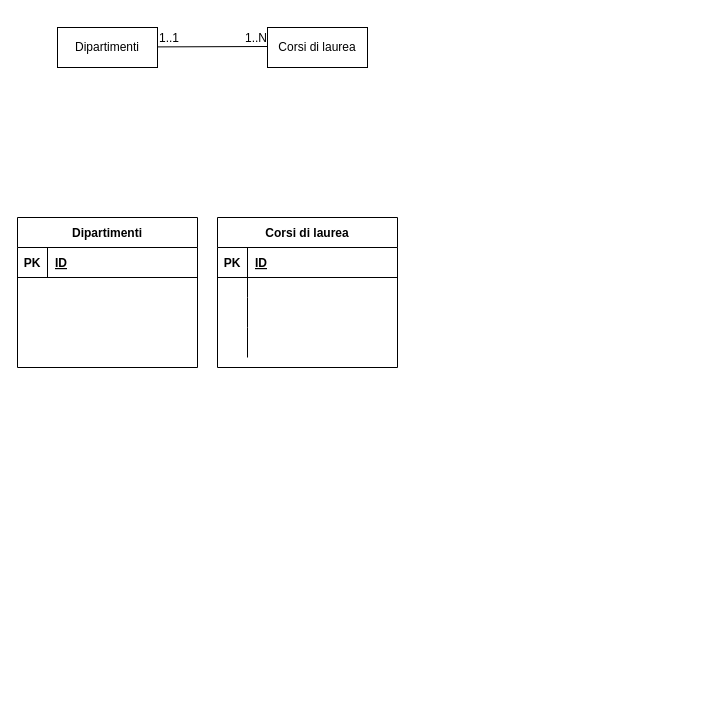
Before: Untitled Diagram.drawio in ChristopherZito/db-university, a draw.io diagram. Source tidied: cells renumbered, new cells numbered last; positions are measured from the earlier drawing's top-left corner, leaving out a move shared by most shapes. Both pictures are drawn from the tidied source at 100%, with x=0, y=0 at pixel (17, 27).
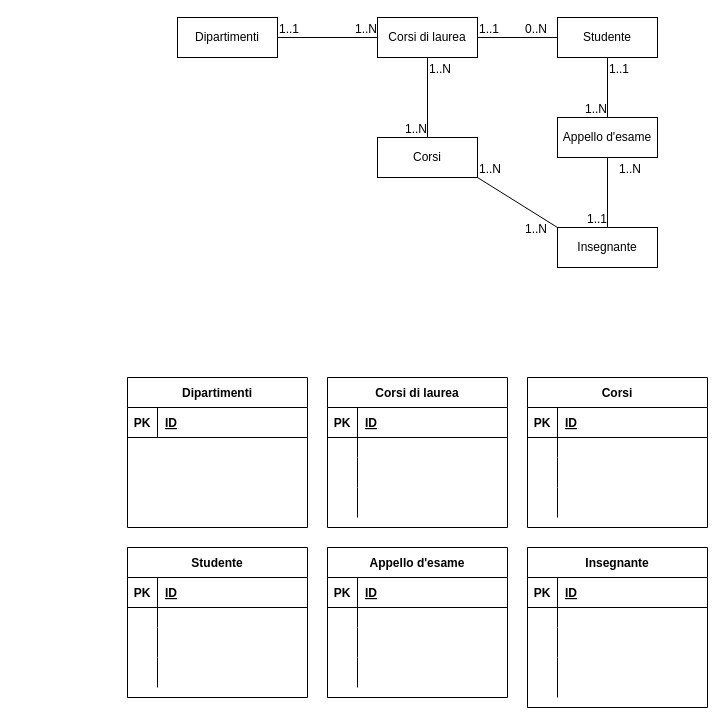
After the change.

Change to the diagram source:
```diff
@@
     <mxCell id="2" value="Dipartimenti" style="whiteSpace=wrap;html=1;align=center;" parent="1" vertex="1">
-      <mxGeometry x="40" width="100" height="40" as="geometry" />
+      <mxGeometry x="160" y="-10" width="100" height="40" as="geometry" />
     </mxCell>
     <mxCell id="3" value="Dipartimenti" style="shape=table;startSize=30;childLayout=tableLayout;rowLines=0;fontStyle=1;align=center;" parent="1" vertex="1">
-      <mxGeometry y="190" width="180" height="150" as="geometry" />
+      <mxGeometry x="110" y="350" width="180" height="150" as="geometry" />
     </mxCell>
@@
     <mxCell id="7" value="Corsi di laurea" style="whiteSpace=wrap;html=1;align=center;" parent="1" vertex="1">
-      <mxGeometry x="250" width="100" height="40" as="geometry" />
+      <mxGeometry x="360" y="-10" width="100" height="40" as="geometry" />
     </mxCell>
     <mxCell id="8" value="Corsi di laurea" style="shape=table;startSize=30;childLayout=tableLayout;rowLines=0;fontStyle=1;align=center;" parent="1" vertex="1">
-      <mxGeometry x="200" y="190" width="180" height="150" as="geometry" />
+      <mxGeometry x="310" y="350" width="180" height="150" as="geometry" />
     </mxCell>
@@
-    <mxCell id="21" style="endArrow=none;html=1;rounded=0;" parent="1" edge="1">
-      <mxGeometry relative="1" as="geometry">
-        <mxPoint x="140" y="19.4" as="sourcePoint" />
-        <mxPoint x="250" y="19" as="targetPoint" />
-      </mxGeometry>
+    <mxCell id="21" style="endArrow=none;html=1;rounded=0;exitX=1;exitY=0.5;exitDx=0;exitDy=0;entryX=0;entryY=0.5;entryDx=0;entryDy=0;" parent="1" edge="1" source="2" target="7">
+      <mxGeometry relative="1" as="geometry" />
     </mxCell>
@@
+    <mxCell id="24" value="Corsi" style="whiteSpace=wrap;html=1;align=center;" parent="1" vertex="1">
+      <mxGeometry x="360" y="110" width="100" height="40" as="geometry" />
+    </mxCell>
+    <mxCell id="25" style="endArrow=none;html=1;rounded=0;exitX=0.5;exitY=1;exitDx=0;exitDy=0;entryX=0.5;entryY=0;entryDx=0;entryDy=0;" parent="1" edge="1" source="7" target="24">
+      <mxGeometry relative="1" as="geometry" />
+    </mxCell>
+    <mxCell id="26" value="1..N" style="html=1;align=left;verticalAlign=bottom;" parent="25" vertex="1">
+      <mxGeometry x="-1" relative="1" as="geometry">
+        <mxPoint y="20" as="offset" />
+      </mxGeometry>
+    </mxCell>
+    <mxCell id="27" value="1..N" style="html=1;align=right;verticalAlign=bottom;" parent="25" vertex="1">
+      <mxGeometry x="1" relative="1" as="geometry" />
+    </mxCell>
+    <mxCell id="28" value="Insegnante" style="whiteSpace=wrap;html=1;align=center;" parent="1" vertex="1">
+      <mxGeometry x="540" y="200" width="100" height="40" as="geometry" />
+    </mxCell>
+    <mxCell id="29" style="endArrow=none;html=1;rounded=0;exitX=1;exitY=1;exitDx=0;exitDy=0;entryX=0;entryY=0;entryDx=0;entryDy=0;" parent="1" edge="1" source="24" target="28">
+      <mxGeometry relative="1" as="geometry" />
+    </mxCell>
+    <mxCell id="30" value="1..N" style="html=1;align=left;verticalAlign=bottom;" parent="29" vertex="1">
+      <mxGeometry x="-1" relative="1" as="geometry" />
+    </mxCell>
+    <mxCell id="31" value="1..N" style="html=1;align=right;verticalAlign=bottom;" parent="29" vertex="1">
+      <mxGeometry x="1" relative="1" as="geometry">
+        <mxPoint x="-10" y="10" as="offset" />
+      </mxGeometry>
+    </mxCell>
+    <mxCell id="32" value="Studente" style="whiteSpace=wrap;html=1;align=center;" parent="1" vertex="1">
+      <mxGeometry x="540" y="-10" width="100" height="40" as="geometry" />
+    </mxCell>
+    <mxCell id="33" style="endArrow=none;html=1;rounded=0;exitX=1;exitY=0.5;exitDx=0;exitDy=0;entryX=0;entryY=0.5;entryDx=0;entryDy=0;" parent="1" edge="1" source="7" target="32">
+      <mxGeometry relative="1" as="geometry" />
+    </mxCell>
+    <mxCell id="34" value="1..1" style="html=1;align=left;verticalAlign=bottom;" parent="33" vertex="1">
+      <mxGeometry x="-1" relative="1" as="geometry" />
+    </mxCell>
+    <mxCell id="35" value="0..N" style="html=1;align=right;verticalAlign=bottom;" parent="33" vertex="1">
+      <mxGeometry x="1" relative="1" as="geometry">
+        <mxPoint x="-10" as="offset" />
+      </mxGeometry>
+    </mxCell>
+    <mxCell id="36" value="Appello d'esame" style="whiteSpace=wrap;html=1;align=center;" parent="1" vertex="1">
+      <mxGeometry x="540" y="90" width="100" height="40" as="geometry" />
+    </mxCell>
+    <mxCell id="37" style="endArrow=none;html=1;rounded=0;exitX=0.5;exitY=1;exitDx=0;exitDy=0;entryX=0.5;entryY=0;entryDx=0;entryDy=0;" parent="1" edge="1" source="36" target="28">
+      <mxGeometry relative="1" as="geometry" />
+    </mxCell>
+    <mxCell id="38" value="1..N" style="html=1;align=left;verticalAlign=bottom;" parent="37" vertex="1">
+      <mxGeometry x="-1" relative="1" as="geometry">
+        <mxPoint x="10" y="20" as="offset" />
+      </mxGeometry>
+    </mxCell>
+    <mxCell id="39" value="1..1" style="html=1;align=right;verticalAlign=bottom;" parent="37" vertex="1">
+      <mxGeometry x="1" relative="1" as="geometry" />
+    </mxCell>
+    <mxCell id="40" style="endArrow=none;html=1;rounded=0;exitX=0.5;exitY=1;exitDx=0;exitDy=0;entryX=0.5;entryY=0;entryDx=0;entryDy=0;" parent="1" edge="1" source="32" target="36">
+      <mxGeometry relative="1" as="geometry" />
+    </mxCell>
+    <mxCell id="41" value="1..1" style="html=1;align=left;verticalAlign=bottom;" parent="40" vertex="1">
+      <mxGeometry x="-1" relative="1" as="geometry">
+        <mxPoint y="20" as="offset" />
+      </mxGeometry>
+    </mxCell>
+    <mxCell id="42" value="1..N" style="html=1;align=right;verticalAlign=bottom;" parent="40" vertex="1">
+      <mxGeometry x="1" relative="1" as="geometry" />
+    </mxCell>
+    <mxCell id="43" value="Insegnante" style="shape=table;startSize=30;childLayout=tableLayout;rowLines=0;fontStyle=1;align=center;" parent="1" vertex="1">
+      <mxGeometry x="510" y="520" width="180" height="160" as="geometry" />
+    </mxCell>
+    <mxCell id="44" style="shape=tableRow;horizontal=0;startSize=0;swimlaneHead=0;swimlaneBody=0;fillColor=none;top=0;left=0;right=0;bottom=1;" parent="43" vertex="1">
+      <mxGeometry y="30" width="180" height="30" as="geometry" />
+    </mxCell>
+    <mxCell id="45" value="PK" style="shape=partialRectangle;fillColor=none;top=0;left=0;bottom=0;right=0;fontStyle=1;overflow=hidden;" parent="44" vertex="1">
+      <mxGeometry width="30" height="30" as="geometry" />
+    </mxCell>
+    <mxCell id="46" value="ID" style="shape=partialRectangle;fillColor=none;top=0;left=0;bottom=0;right=0;align=left;spacingLeft=6;fontStyle=5;overflow=hidden;" parent="44" vertex="1">
+      <mxGeometry x="30" width="150" height="30" as="geometry" />
+    </mxCell>
+    <mxCell id="47" style="shape=tableRow;horizontal=0;startSize=0;swimlaneHead=0;swimlaneBody=0;fillColor=none;top=0;left=0;right=0;bottom=0;" parent="43" vertex="1">
+      <mxGeometry y="60" width="180" height="20" as="geometry" />
+    </mxCell>
+    <mxCell id="48" style="shape=partialRectangle;fillColor=none;top=0;left=0;bottom=0;right=0;overflow=hidden;" parent="47" vertex="1">
+      <mxGeometry width="30" height="20" as="geometry" />
+    </mxCell>
+    <mxCell id="49" style="shape=partialRectangle;fillColor=none;top=0;left=0;bottom=0;right=0;align=left;spacingLeft=6;overflow=hidden;" parent="47" vertex="1">
+      <mxGeometry x="30" width="150" height="20" as="geometry" />
+    </mxCell>
+    <mxCell id="50" style="shape=tableRow;horizontal=0;startSize=0;swimlaneHead=0;swimlaneBody=0;fillColor=none;top=0;left=0;right=0;bottom=0;" parent="43" vertex="1">
+      <mxGeometry y="80" width="180" height="30" as="geometry" />
+    </mxCell>
+    <mxCell id="51" style="shape=partialRectangle;fillColor=none;top=0;left=0;bottom=0;right=0;overflow=hidden;" parent="50" vertex="1">
+      <mxGeometry width="30" height="30" as="geometry" />
+    </mxCell>
+    <mxCell id="52" style="shape=partialRectangle;fillColor=none;top=0;left=0;bottom=0;right=0;align=left;spacingLeft=6;overflow=hidden;" parent="50" vertex="1">
+      <mxGeometry x="30" width="150" height="30" as="geometry" />
+    </mxCell>
+    <mxCell id="53" style="shape=tableRow;horizontal=0;startSize=0;swimlaneHead=0;swimlaneBody=0;fillColor=none;top=0;left=0;right=0;bottom=0;" parent="43" vertex="1">
+      <mxGeometry y="110" width="180" height="40" as="geometry" />
+    </mxCell>
+    <mxCell id="54" style="shape=partialRectangle;fillColor=none;top=0;left=0;bottom=0;right=0;overflow=hidden;" parent="53" vertex="1">
+      <mxGeometry width="30" height="40" as="geometry" />
+    </mxCell>
+    <mxCell id="55" style="shape=partialRectangle;fillColor=none;top=0;left=0;bottom=0;right=0;align=left;spacingLeft=6;overflow=hidden;" parent="53" vertex="1">
+      <mxGeometry x="30" width="150" height="40" as="geometry" />
+    </mxCell>
+    <mxCell id="56" value="Appello d'esame" style="shape=table;startSize=30;childLayout=tableLayout;rowLines=0;fontStyle=1;align=center;" parent="1" vertex="1">
+      <mxGeometry x="310" y="520" width="180" height="150" as="geometry" />
+    </mxCell>
+    <mxCell id="57" style="shape=tableRow;horizontal=0;startSize=0;swimlaneHead=0;swimlaneBody=0;fillColor=none;top=0;left=0;right=0;bottom=1;" parent="56" vertex="1">
+      <mxGeometry y="30" width="180" height="30" as="geometry" />
+    </mxCell>
+    <mxCell id="58" value="PK" style="shape=partialRectangle;fillColor=none;top=0;left=0;bottom=0;right=0;fontStyle=1;overflow=hidden;" parent="57" vertex="1">
+      <mxGeometry width="30" height="30" as="geometry" />
+    </mxCell>
+    <mxCell id="59" value="ID" style="shape=partialRectangle;fillColor=none;top=0;left=0;bottom=0;right=0;align=left;spacingLeft=6;fontStyle=5;overflow=hidden;" parent="57" vertex="1">
+      <mxGeometry x="30" width="150" height="30" as="geometry" />
+    </mxCell>
+    <mxCell id="60" style="shape=tableRow;horizontal=0;startSize=0;swimlaneHead=0;swimlaneBody=0;fillColor=none;top=0;left=0;right=0;bottom=0;" parent="56" vertex="1">
+      <mxGeometry y="60" width="180" height="20" as="geometry" />
+    </mxCell>
+    <mxCell id="61" style="shape=partialRectangle;fillColor=none;top=0;left=0;bottom=0;right=0;overflow=hidden;" parent="60" vertex="1">
+      <mxGeometry width="30" height="20" as="geometry" />
+    </mxCell>
+    <mxCell id="62" style="shape=partialRectangle;fillColor=none;top=0;left=0;bottom=0;right=0;align=left;spacingLeft=6;overflow=hidden;" parent="60" vertex="1">
+      <mxGeometry x="30" width="150" height="20" as="geometry" />
+    </mxCell>
+    <mxCell id="63" style="shape=tableRow;horizontal=0;startSize=0;swimlaneHead=0;swimlaneBody=0;fillColor=none;top=0;left=0;right=0;bottom=0;" parent="56" vertex="1">
+      <mxGeometry y="80" width="180" height="30" as="geometry" />
+    </mxCell>
+    <mxCell id="64" style="shape=partialRectangle;fillColor=none;top=0;left=0;bottom=0;right=0;overflow=hidden;" parent="63" vertex="1">
+      <mxGeometry width="30" height="30" as="geometry" />
+    </mxCell>
+    <mxCell id="65" style="shape=partialRectangle;fillColor=none;top=0;left=0;bottom=0;right=0;align=left;spacingLeft=6;overflow=hidden;" parent="63" vertex="1">
+      <mxGeometry x="30" width="150" height="30" as="geometry" />
+    </mxCell>
+    <mxCell id="66" style="shape=tableRow;horizontal=0;startSize=0;swimlaneHead=0;swimlaneBody=0;fillColor=none;top=0;left=0;right=0;bottom=0;" parent="56" vertex="1">
+      <mxGeometry y="110" width="180" height="30" as="geometry" />
+    </mxCell>
+    <mxCell id="67" style="shape=partialRectangle;fillColor=none;top=0;left=0;bottom=0;right=0;overflow=hidden;" parent="66" vertex="1">
+      <mxGeometry width="30" height="30" as="geometry" />
+    </mxCell>
+    <mxCell id="68" style="shape=partialRectangle;fillColor=none;top=0;left=0;bottom=0;right=0;align=left;spacingLeft=6;overflow=hidden;" parent="66" vertex="1">
+      <mxGeometry x="30" width="150" height="30" as="geometry" />
+    </mxCell>
+    <mxCell id="69" value="Corsi" style="shape=table;startSize=30;childLayout=tableLayout;rowLines=0;fontStyle=1;align=center;" parent="1" vertex="1">
+      <mxGeometry x="510" y="350" width="180" height="150" as="geometry" />
+    </mxCell>
+    <mxCell id="70" style="shape=tableRow;horizontal=0;startSize=0;swimlaneHead=0;swimlaneBody=0;fillColor=none;top=0;left=0;right=0;bottom=1;" parent="69" vertex="1">
+      <mxGeometry y="30" width="180" height="30" as="geometry" />
+    </mxCell>
+    <mxCell id="71" value="PK" style="shape=partialRectangle;fillColor=none;top=0;left=0;bottom=0;right=0;fontStyle=1;overflow=hidden;" parent="70" vertex="1">
+      <mxGeometry width="30" height="30" as="geometry" />
+    </mxCell>
+    <mxCell id="72" value="ID" style="shape=partialRectangle;fillColor=none;top=0;left=0;bottom=0;right=0;align=left;spacingLeft=6;fontStyle=5;overflow=hidden;" parent="70" vertex="1">
+      <mxGeometry x="30" width="150" height="30" as="geometry" />
+    </mxCell>
+    <mxCell id="73" style="shape=tableRow;horizontal=0;startSize=0;swimlaneHead=0;swimlaneBody=0;fillColor=none;top=0;left=0;right=0;bottom=0;" parent="69" vertex="1">
+      <mxGeometry y="60" width="180" height="20" as="geometry" />
+    </mxCell>
+    <mxCell id="74" style="shape=partialRectangle;fillColor=none;top=0;left=0;bottom=0;right=0;overflow=hidden;" parent="73" vertex="1">
+      <mxGeometry width="30" height="20" as="geometry" />
+    </mxCell>
+    <mxCell id="75" style="shape=partialRectangle;fillColor=none;top=0;left=0;bottom=0;right=0;align=left;spacingLeft=6;overflow=hidden;" parent="73" vertex="1">
+      <mxGeometry x="30" width="150" height="20" as="geometry" />
+    </mxCell>
+    <mxCell id="76" style="shape=tableRow;horizontal=0;startSize=0;swimlaneHead=0;swimlaneBody=0;fillColor=none;top=0;left=0;right=0;bottom=0;" parent="69" vertex="1">
+      <mxGeometry y="80" width="180" height="30" as="geometry" />
+    </mxCell>
+    <mxCell id="77" style="shape=partialRectangle;fillColor=none;top=0;left=0;bottom=0;right=0;overflow=hidden;" parent="76" vertex="1">
+      <mxGeometry width="30" height="30" as="geometry" />
+    </mxCell>
+    <mxCell id="78" style="shape=partialRectangle;fillColor=none;top=0;left=0;bottom=0;right=0;align=left;spacingLeft=6;overflow=hidden;" parent="76" vertex="1">
+      <mxGeometry x="30" width="150" height="30" as="geometry" />
+    </mxCell>
+    <mxCell id="79" style="shape=tableRow;horizontal=0;startSize=0;swimlaneHead=0;swimlaneBody=0;fillColor=none;top=0;left=0;right=0;bottom=0;" parent="69" vertex="1">
+      <mxGeometry y="110" width="180" height="30" as="geometry" />
+    </mxCell>
+    <mxCell id="80" style="shape=partialRectangle;fillColor=none;top=0;left=0;bottom=0;right=0;overflow=hidden;" parent="79" vertex="1">
+      <mxGeometry width="30" height="30" as="geometry" />
+    </mxCell>
+    <mxCell id="81" style="shape=partialRectangle;fillColor=none;top=0;left=0;bottom=0;right=0;align=left;spacingLeft=6;overflow=hidden;" parent="79" vertex="1">
+      <mxGeometry x="30" width="150" height="30" as="geometry" />
+    </mxCell>
+    <mxCell id="82" value="Studente" style="shape=table;startSize=30;childLayout=tableLayout;rowLines=0;fontStyle=1;align=center;" parent="1" vertex="1">
+      <mxGeometry x="110" y="520" width="180" height="150" as="geometry" />
+    </mxCell>
+    <mxCell id="83" style="shape=tableRow;horizontal=0;startSize=0;swimlaneHead=0;swimlaneBody=0;fillColor=none;top=0;left=0;right=0;bottom=1;" parent="82" vertex="1">
+      <mxGeometry y="30" width="180" height="30" as="geometry" />
+    </mxCell>
+    <mxCell id="84" value="PK" style="shape=partialRectangle;fillColor=none;top=0;left=0;bottom=0;right=0;fontStyle=1;overflow=hidden;" parent="83" vertex="1">
+      <mxGeometry width="30" height="30" as="geometry" />
+    </mxCell>
+    <mxCell id="85" value="ID" style="shape=partialRectangle;fillColor=none;top=0;left=0;bottom=0;right=0;align=left;spacingLeft=6;fontStyle=5;overflow=hidden;" parent="83" vertex="1">
+      <mxGeometry x="30" width="150" height="30" as="geometry" />
+    </mxCell>
+    <mxCell id="86" style="shape=tableRow;horizontal=0;startSize=0;swimlaneHead=0;swimlaneBody=0;fillColor=none;top=0;left=0;right=0;bottom=0;" parent="82" vertex="1">
+      <mxGeometry y="60" width="180" height="20" as="geometry" />
+    </mxCell>
+    <mxCell id="87" style="shape=partialRectangle;fillColor=none;top=0;left=0;bottom=0;right=0;overflow=hidden;" parent="86" vertex="1">
+      <mxGeometry width="30" height="20" as="geometry" />
+    </mxCell>
+    <mxCell id="88" style="shape=partialRectangle;fillColor=none;top=0;left=0;bottom=0;right=0;align=left;spacingLeft=6;overflow=hidden;" parent="86" vertex="1">
+      <mxGeometry x="30" width="150" height="20" as="geometry" />
+    </mxCell>
+    <mxCell id="89" style="shape=tableRow;horizontal=0;startSize=0;swimlaneHead=0;swimlaneBody=0;fillColor=none;top=0;left=0;right=0;bottom=0;" parent="82" vertex="1">
+      <mxGeometry y="80" width="180" height="30" as="geometry" />
+    </mxCell>
+    <mxCell id="90" style="shape=partialRectangle;fillColor=none;top=0;left=0;bottom=0;right=0;overflow=hidden;" parent="89" vertex="1">
+      <mxGeometry width="30" height="30" as="geometry" />
+    </mxCell>
+    <mxCell id="91" style="shape=partialRectangle;fillColor=none;top=0;left=0;bottom=0;right=0;align=left;spacingLeft=6;overflow=hidden;" parent="89" vertex="1">
+      <mxGeometry x="30" width="150" height="30" as="geometry" />
+    </mxCell>
+    <mxCell id="92" style="shape=tableRow;horizontal=0;startSize=0;swimlaneHead=0;swimlaneBody=0;fillColor=none;top=0;left=0;right=0;bottom=0;" parent="82" vertex="1">
+      <mxGeometry y="110" width="180" height="30" as="geometry" />
+    </mxCell>
+    <mxCell id="93" style="shape=partialRectangle;fillColor=none;top=0;left=0;bottom=0;right=0;overflow=hidden;" parent="92" vertex="1">
+      <mxGeometry width="30" height="30" as="geometry" />
+    </mxCell>
+    <mxCell id="94" style="shape=partialRectangle;fillColor=none;top=0;left=0;bottom=0;right=0;align=left;spacingLeft=6;overflow=hidden;" parent="92" vertex="1">
+      <mxGeometry x="30" width="150" height="30" as="geometry" />
+    </mxCell>
```
